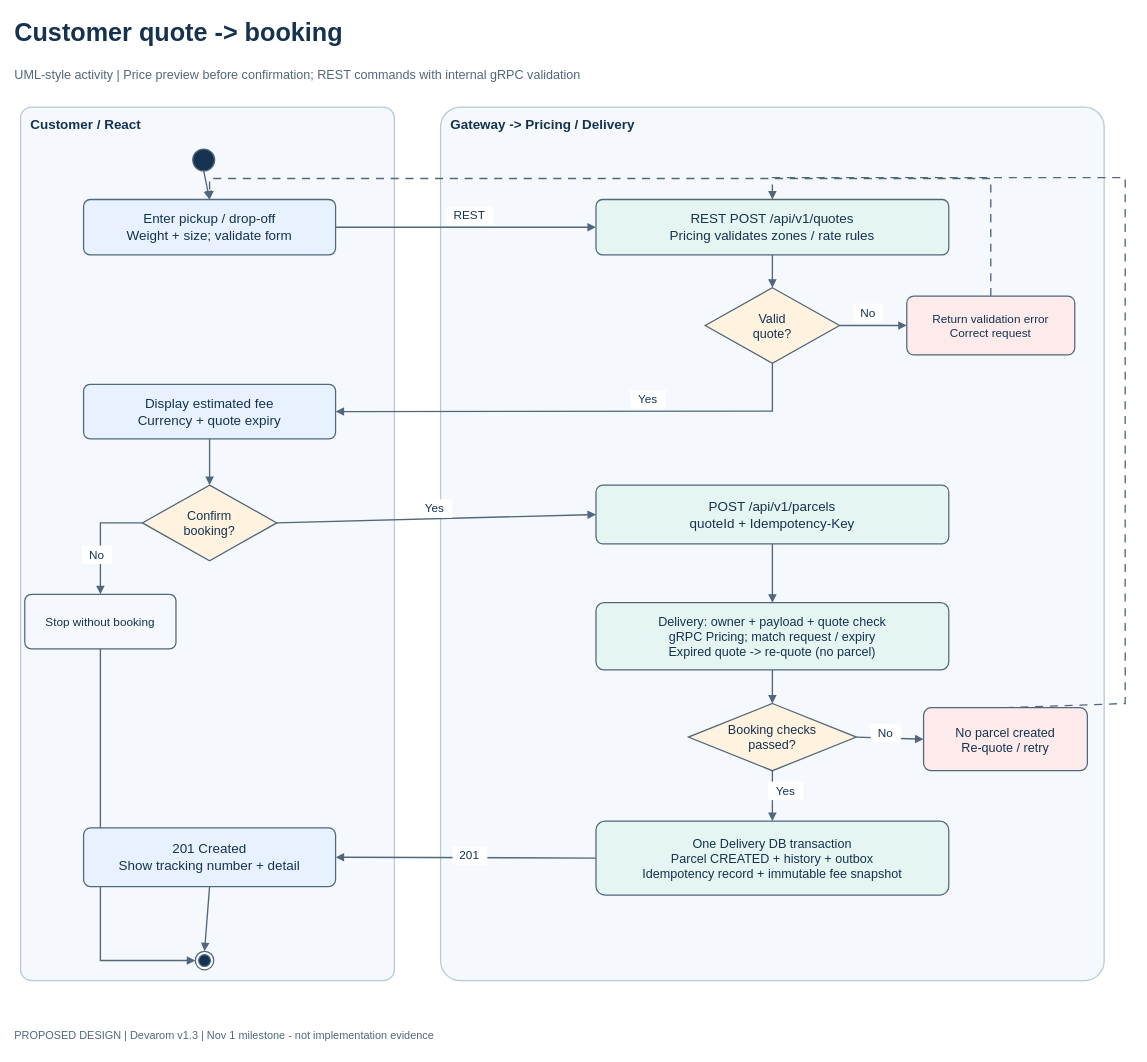
The draw.io diagram docs/diagrams/editable/07_quote_booking_activity.drawio in Suthankan1/swiftdrop, before the edit. Source tidied: cells renumbered, new cells numbered last; positions are measured from the earlier drawing's top-left corner, leaving out a move shared by most shapes. Both pictures are drawn from the tidied source at 84%, with x=0, y=0 at pixel (14, 14).
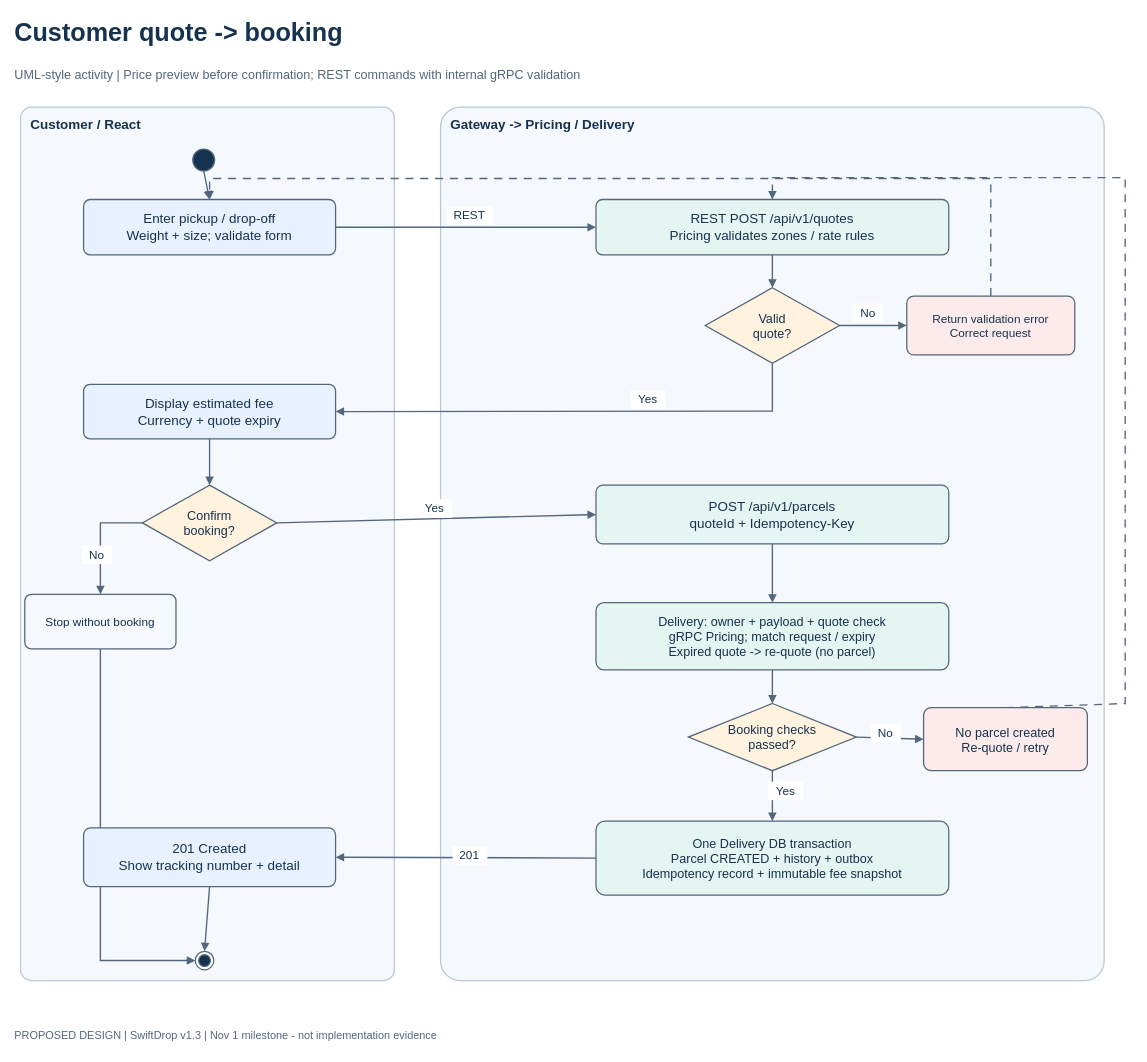
The same diagram, later.

Diff of the diagram source:
```diff
@@
-    <mxCell id="23" value="PROPOSED DESIGN | Devarom v1.3 | Nov 1 milestone - not implementation evidence" style="text;html=0;whiteSpace=wrap;align=left;verticalAlign=middle;fontFamily=Helvetica;fontSize=13;fontColor=#52677C;fontStyle=0;fillColor=#FFFFFF;strokeColor=#52677C;strokeWidth=1.5;spacing=10;fillColor=none;strokeColor=none;spacing=0;" parent="1" vertex="1">
+    <mxCell id="23" value="PROPOSED DESIGN | SwiftDrop v1.3 | Nov 1 milestone - not implementation evidence" style="text;html=0;whiteSpace=wrap;align=left;verticalAlign=middle;fontFamily=Helvetica;fontSize=13;fontColor=#52677C;fontStyle=0;fillColor=#FFFFFF;strokeColor=#52677C;strokeWidth=1.5;spacing=10;fillColor=none;strokeColor=none;spacing=0;" parent="1" vertex="1">
       <mxGeometry y="1200" width="1304" height="30" as="geometry" />
     </mxCell>
```
